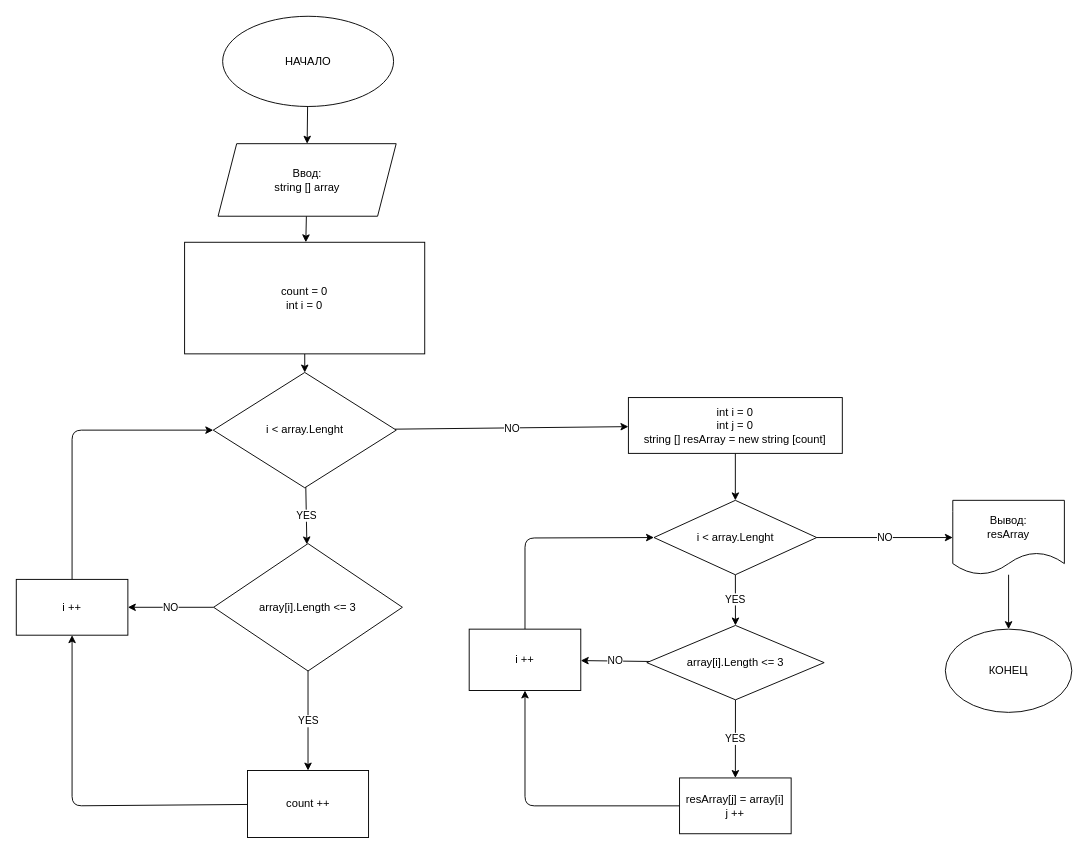
Before: plan.drawio in voodoo888/Control-work_GB_1, a draw.io diagram. Source tidied: cells renumbered, new cells numbered last; positions are measured from the earlier drawing's top-left corner, leaving out a move shared by most shapes. Both pictures are drawn from the tidied source at 93%, with x=0, y=0 at pixel (16, 16).
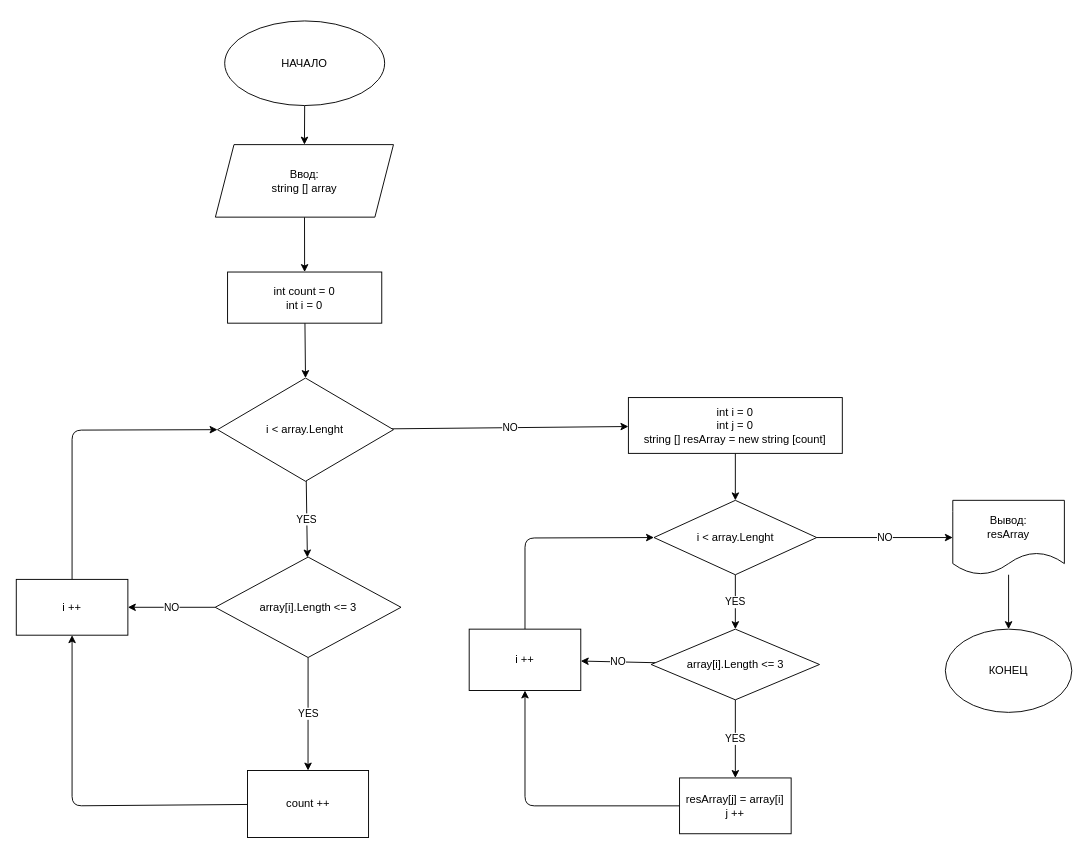
The same diagram, later.

Commit message (it also covers changes not shown here):
adde the text discription of the algorithm

Change to the diagram source:
```diff
@@
     <mxCell id="3" value="НАЧАЛО" style="ellipse;whiteSpace=wrap;html=1;" parent="1" vertex="1">
-      <mxGeometry x="221.9" width="183.8" height="97" as="geometry" />
+      <mxGeometry x="224.1" y="5" width="172" height="91" as="geometry" />
     </mxCell>
@@
     <mxCell id="5" value="Ввод:&lt;br&gt;string [] array" style="shape=parallelogram;perimeter=parallelogramPerimeter;whiteSpace=wrap;html=1;fixedSize=1;" parent="1" vertex="1">
-      <mxGeometry x="217" y="137" width="191.5" height="78" as="geometry" />
+      <mxGeometry x="214.1" y="138" width="191.5" height="78" as="geometry" />
     </mxCell>
@@
     <mxCell id="8" value="i &amp;lt; array.Lenght" style="rhombus;whiteSpace=wrap;html=1;fillColor=default;" parent="1" vertex="1">
-      <mxGeometry x="211.8" y="383" width="196.8" height="124" as="geometry" />
+      <mxGeometry x="216.4" y="389" width="189.2" height="111" as="geometry" />
     </mxCell>
@@
     <mxCell id="11" value="array[i].Length &amp;lt;= 3" style="rhombus;whiteSpace=wrap;html=1;fillColor=default;" parent="1" vertex="1">
-      <mxGeometry x="212.2" y="567" width="203" height="137" as="geometry" />
+      <mxGeometry x="213.9" y="581.5" width="199.8" height="108" as="geometry" />
     </mxCell>
@@
-    <mxCell id="19" value="&lt;span&gt;count = 0&lt;/span&gt;&lt;br&gt;&lt;span&gt;int i = 0&lt;/span&gt;" style="whiteSpace=wrap;html=1;" parent="1" vertex="1">
-      <mxGeometry x="181" y="243" width="258.2" height="120" as="geometry" />
+    <mxCell id="19" value="&lt;span&gt;int count = 0&lt;/span&gt;&lt;br&gt;&lt;span&gt;int i = 0&lt;/span&gt;" style="whiteSpace=wrap;html=1;" parent="1" vertex="1">
+      <mxGeometry x="227.2" y="275" width="165.8" height="55" as="geometry" />
     </mxCell>
@@
     <mxCell id="25" value="&lt;span&gt;array[i].Length &amp;lt;= 3&lt;/span&gt;" style="rhombus;whiteSpace=wrap;html=1;" parent="1" vertex="1">
-      <mxGeometry x="678" y="655" width="190.7" height="80" as="geometry" />
+      <mxGeometry x="682.7" y="659" width="181" height="76" as="geometry" />
     </mxCell>
```
